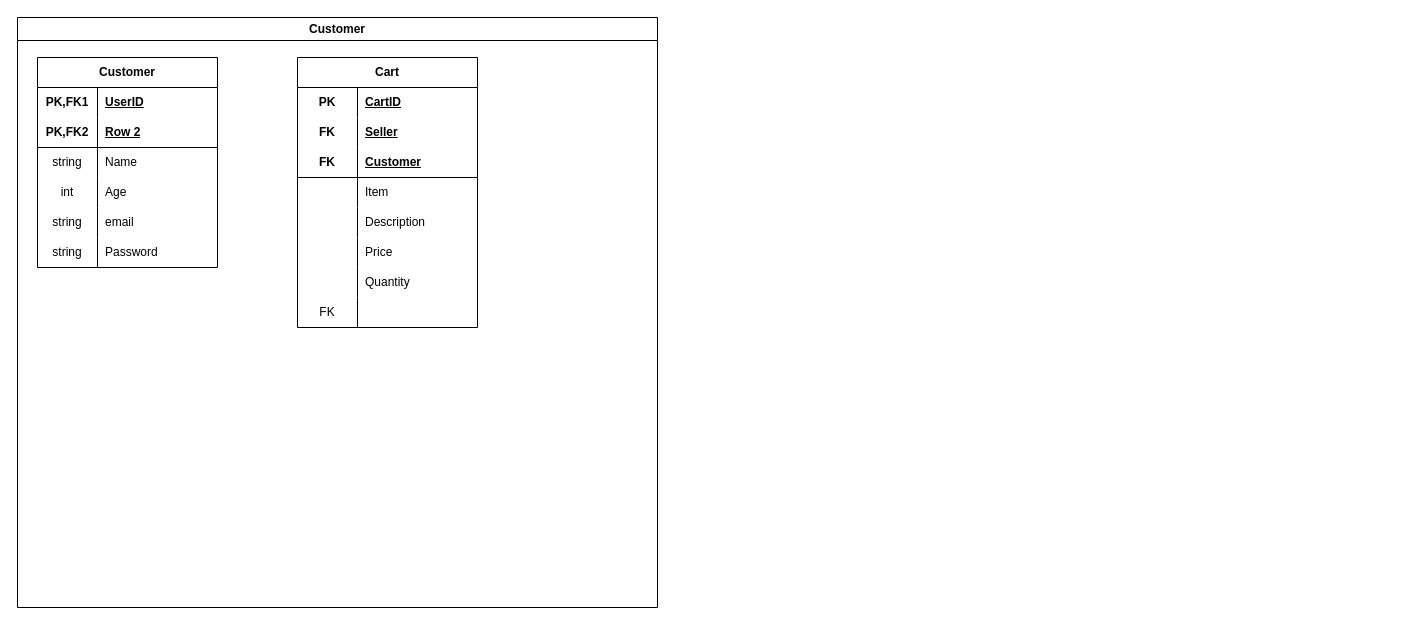
The draw.io diagram Untitled Diagram.drawio in clydeaaron/ERD, before the edit. Source tidied: cells renumbered, new cells numbered last; positions are measured from the earlier drawing's top-left corner, leaving out a move shared by most shapes. Both pictures are drawn from the tidied source at 100%, with x=0, y=0 at pixel (17, 17).
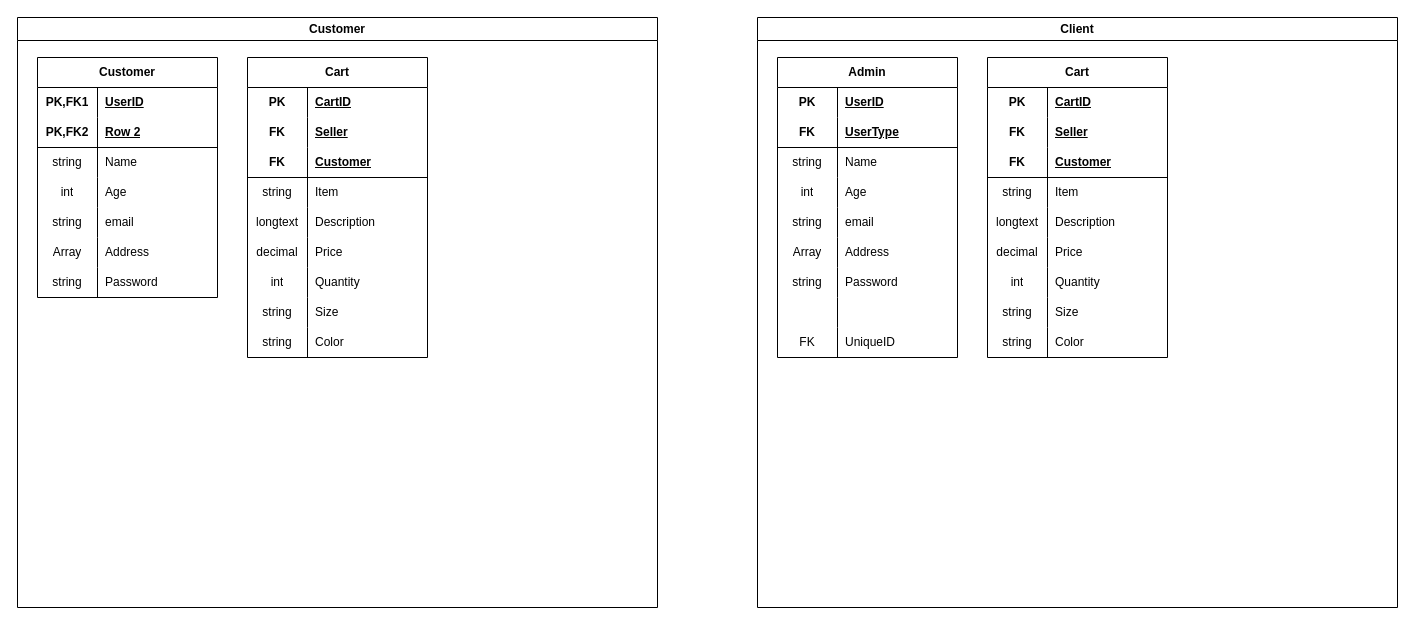
Above is the later version.

Commit message:
Client Diagram

Unchanged cells that the change refers to:
```xml
<mxCell id="2" value="Customer" style="swimlane;whiteSpace=wrap;html=1;fillColor=#FFFFFF;" parent="1" vertex="1">
  <mxGeometry width="640" height="590" as="geometry" />
</mxCell>
<mxCell id="32" style="shape=tableRow;horizontal=0;startSize=0;swimlaneHead=0;swimlaneBody=0;fillColor=none;top=0;left=0;right=0;bottom=0;html=1;" parent="22" vertex="1">
  <mxGeometry y="120" width="180" height="30" as="geometry" />
</mxCell>
<mxCell id="35" style="shape=tableRow;horizontal=0;startSize=0;swimlaneHead=0;swimlaneBody=0;fillColor=none;top=0;left=0;right=0;bottom=0;html=1;" parent="22" vertex="1">
  <mxGeometry y="150" width="180" height="30" as="geometry" />
</mxCell>
<mxCell id="38" style="shape=tableRow;horizontal=0;startSize=0;swimlaneHead=0;swimlaneBody=0;fillColor=none;top=0;left=0;right=0;bottom=0;" parent="22" vertex="1">
  <mxGeometry y="180" width="180" height="30" as="geometry" />
</mxCell>
<mxCell id="41" style="shape=tableRow;horizontal=0;startSize=0;swimlaneHead=0;swimlaneBody=0;fillColor=none;top=0;left=0;right=0;bottom=0;" parent="22" vertex="1">
  <mxGeometry y="210" width="180" height="30" as="geometry" />
</mxCell>
<mxCell id="44" style="shape=tableRow;horizontal=0;startSize=0;swimlaneHead=0;swimlaneBody=0;fillColor=none;top=0;left=0;right=0;bottom=0;" parent="22" vertex="1">
  <mxGeometry y="240" width="180" height="30" as="geometry" />
</mxCell>
```

Diff of the diagram source:
```diff
@@
     <mxCell id="3" value="Customer" style="shape=table;startSize=30;childLayout=tableLayout;rowLines=0;fontStyle=1;align=center;html=1;whiteSpace=wrap;" parent="2" vertex="1">
-      <mxGeometry x="20" y="40" width="180" height="210" as="geometry" />
+      <mxGeometry x="20" y="40" width="180" height="240" as="geometry" />
     </mxCell>
@@
+    <mxCell id="47" style="shape=tableRow;horizontal=0;startSize=0;swimlaneHead=0;swimlaneBody=0;fillColor=none;top=0;left=0;right=0;bottom=0;" parent="3" vertex="1">
+      <mxGeometry y="180" width="180" height="30" as="geometry" />
+    </mxCell>
+    <mxCell id="48" value="Array" style="shape=partialRectangle;fillColor=none;top=0;left=0;bottom=0;right=0;fontStyle=0;overflow=hidden;whiteSpace=wrap;html=1;" parent="47" vertex="1">
+      <mxGeometry width="60" height="30" as="geometry" />
+    </mxCell>
+    <mxCell id="49" value="Address" style="shape=partialRectangle;fillColor=none;top=0;left=0;bottom=0;right=0;align=left;spacingLeft=6;fontStyle=0;overflow=hidden;whiteSpace=wrap;html=1;" parent="47" vertex="1">
+      <mxGeometry x="60" width="120" height="30" as="geometry" />
+    </mxCell>
     <mxCell id="19" style="shape=tableRow;horizontal=0;startSize=0;swimlaneHead=0;swimlaneBody=0;fillColor=none;top=0;left=0;right=0;bottom=0;" parent="3" vertex="1">
-      <mxGeometry y="180" width="180" height="30" as="geometry" />
+      <mxGeometry y="210" width="180" height="30" as="geometry" />
     </mxCell>
@@
     <mxCell id="22" value="Cart" style="shape=table;startSize=30;childLayout=tableLayout;rowLines=0;fontStyle=1;align=center;html=1;whiteSpace=wrap;" parent="2" vertex="1">
-      <mxGeometry x="280" y="40" width="180" height="270" as="geometry" />
+      <mxGeometry x="230" y="40" width="180" height="300" as="geometry" />
     </mxCell>
@@
-    <mxCell id="33" style="shape=partialRectangle;fillColor=none;top=0;left=0;bottom=0;right=0;overflow=hidden;html=1;whiteSpace=wrap;" parent="32" vertex="1">
+    <mxCell id="33" value="string" style="shape=partialRectangle;fillColor=none;top=0;left=0;bottom=0;right=0;overflow=hidden;html=1;whiteSpace=wrap;" parent="32" vertex="1">
       <mxGeometry width="60" height="30" as="geometry" />
     </mxCell>
@@
-    <mxCell id="36" style="shape=partialRectangle;fillColor=none;top=0;left=0;bottom=0;right=0;overflow=hidden;html=1;whiteSpace=wrap;" parent="35" vertex="1">
+    <mxCell id="36" value="longtext" style="shape=partialRectangle;fillColor=none;top=0;left=0;bottom=0;right=0;overflow=hidden;html=1;whiteSpace=wrap;" parent="35" vertex="1">
       <mxGeometry width="60" height="30" as="geometry" />
     </mxCell>
@@
-    <mxCell id="39" style="shape=partialRectangle;fillColor=none;top=0;left=0;bottom=0;right=0;fontStyle=0;overflow=hidden;whiteSpace=wrap;html=1;" parent="38" vertex="1">
+    <mxCell id="39" value="decimal" style="shape=partialRectangle;fillColor=none;top=0;left=0;bottom=0;right=0;fontStyle=0;overflow=hidden;whiteSpace=wrap;html=1;" parent="38" vertex="1">
       <mxGeometry width="60" height="30" as="geometry" />
     </mxCell>
@@
-    <mxCell id="42" style="shape=partialRectangle;fillColor=none;top=0;left=0;bottom=0;right=0;fontStyle=0;overflow=hidden;whiteSpace=wrap;html=1;" parent="41" vertex="1">
+    <mxCell id="42" value="int" style="shape=partialRectangle;fillColor=none;top=0;left=0;bottom=0;right=0;fontStyle=0;overflow=hidden;whiteSpace=wrap;html=1;" parent="41" vertex="1">
       <mxGeometry width="60" height="30" as="geometry" />
     </mxCell>
@@
-    <mxCell id="45" value="FK" style="shape=partialRectangle;fillColor=none;top=0;left=0;bottom=0;right=0;fontStyle=0;overflow=hidden;whiteSpace=wrap;html=1;" parent="44" vertex="1">
+    <mxCell id="45" value="string" style="shape=partialRectangle;fillColor=none;top=0;left=0;bottom=0;right=0;fontStyle=0;overflow=hidden;whiteSpace=wrap;html=1;" parent="44" vertex="1">
       <mxGeometry width="60" height="30" as="geometry" />
     </mxCell>
-    <mxCell id="46" style="shape=partialRectangle;fillColor=none;top=0;left=0;bottom=0;right=0;align=left;spacingLeft=6;fontStyle=0;overflow=hidden;whiteSpace=wrap;html=1;" parent="44" vertex="1">
+    <mxCell id="46" value="Size" style="shape=partialRectangle;fillColor=none;top=0;left=0;bottom=0;right=0;align=left;spacingLeft=6;fontStyle=0;overflow=hidden;whiteSpace=wrap;html=1;" parent="44" vertex="1">
       <mxGeometry x="60" width="120" height="30" as="geometry" />
     </mxCell>
+    <mxCell id="50" style="shape=tableRow;horizontal=0;startSize=0;swimlaneHead=0;swimlaneBody=0;fillColor=none;top=0;left=0;right=0;bottom=0;" parent="22" vertex="1">
+      <mxGeometry y="270" width="180" height="30" as="geometry" />
+    </mxCell>
+    <mxCell id="51" value="string" style="shape=partialRectangle;fillColor=none;top=0;left=0;bottom=0;right=0;fontStyle=0;overflow=hidden;whiteSpace=wrap;html=1;" parent="50" vertex="1">
+      <mxGeometry width="60" height="30" as="geometry" />
+    </mxCell>
+    <mxCell id="52" value="Color" style="shape=partialRectangle;fillColor=none;top=0;left=0;bottom=0;right=0;align=left;spacingLeft=6;fontStyle=0;overflow=hidden;whiteSpace=wrap;html=1;" parent="50" vertex="1">
+      <mxGeometry x="60" width="120" height="30" as="geometry" />
+    </mxCell>
+    <mxCell id="53" value="Client" style="swimlane;whiteSpace=wrap;html=1;fillColor=#FFFFFF;" parent="1" vertex="1">
+      <mxGeometry x="740" width="640" height="590" as="geometry" />
+    </mxCell>
+    <mxCell id="54" value="Admin" style="shape=table;startSize=30;childLayout=tableLayout;rowLines=0;fontStyle=1;align=center;html=1;whiteSpace=wrap;" parent="53" vertex="1">
+      <mxGeometry x="20" y="40" width="180" height="300" as="geometry" />
+    </mxCell>
+    <mxCell id="55" style="shape=tableRow;horizontal=0;startSize=0;swimlaneHead=0;swimlaneBody=0;fillColor=none;top=0;left=0;right=0;bottom=0;html=1;" parent="54" vertex="1">
+      <mxGeometry y="30" width="180" height="30" as="geometry" />
+    </mxCell>
+    <mxCell id="56" value="PK" style="shape=partialRectangle;fillColor=none;top=0;left=0;bottom=0;right=0;fontStyle=1;overflow=hidden;html=1;whiteSpace=wrap;" parent="55" vertex="1">
+      <mxGeometry width="60" height="30" as="geometry" />
+    </mxCell>
+    <mxCell id="57" value="UserID" style="shape=partialRectangle;fillColor=none;top=0;left=0;bottom=0;right=0;align=left;spacingLeft=6;fontStyle=5;overflow=hidden;html=1;whiteSpace=wrap;" parent="55" vertex="1">
+      <mxGeometry x="60" width="120" height="30" as="geometry" />
+    </mxCell>
+    <mxCell id="58" style="shape=tableRow;horizontal=0;startSize=0;swimlaneHead=0;swimlaneBody=0;fillColor=none;top=0;left=0;right=0;bottom=1;html=1;" parent="54" vertex="1">
+      <mxGeometry y="60" width="180" height="30" as="geometry" />
+    </mxCell>
+    <mxCell id="59" value="FK" style="shape=partialRectangle;fillColor=none;top=0;left=0;bottom=0;right=0;fontStyle=1;overflow=hidden;html=1;whiteSpace=wrap;" parent="58" vertex="1">
+      <mxGeometry width="60" height="30" as="geometry" />
+    </mxCell>
+    <mxCell id="60" value="UserType" style="shape=partialRectangle;fillColor=none;top=0;left=0;bottom=0;right=0;align=left;spacingLeft=6;fontStyle=5;overflow=hidden;html=1;whiteSpace=wrap;" parent="58" vertex="1">
+      <mxGeometry x="60" width="120" height="30" as="geometry" />
+    </mxCell>
+    <mxCell id="61" style="shape=tableRow;horizontal=0;startSize=0;swimlaneHead=0;swimlaneBody=0;fillColor=none;top=0;left=0;right=0;bottom=0;html=1;" parent="54" vertex="1">
+      <mxGeometry y="90" width="180" height="30" as="geometry" />
+    </mxCell>
+    <mxCell id="62" value="string" style="shape=partialRectangle;fillColor=none;top=0;left=0;bottom=0;right=0;overflow=hidden;html=1;whiteSpace=wrap;" parent="61" vertex="1">
+      <mxGeometry width="60" height="30" as="geometry" />
+    </mxCell>
+    <mxCell id="63" value="Name" style="shape=partialRectangle;fillColor=none;top=0;left=0;bottom=0;right=0;align=left;spacingLeft=6;overflow=hidden;html=1;whiteSpace=wrap;" parent="61" vertex="1">
+      <mxGeometry x="60" width="120" height="30" as="geometry" />
+    </mxCell>
+    <mxCell id="64" style="shape=tableRow;horizontal=0;startSize=0;swimlaneHead=0;swimlaneBody=0;fillColor=none;top=0;left=0;right=0;bottom=0;html=1;" parent="54" vertex="1">
+      <mxGeometry y="120" width="180" height="30" as="geometry" />
+    </mxCell>
+    <mxCell id="65" value="int" style="shape=partialRectangle;fillColor=none;top=0;left=0;bottom=0;right=0;overflow=hidden;html=1;whiteSpace=wrap;" parent="64" vertex="1">
+      <mxGeometry width="60" height="30" as="geometry" />
+    </mxCell>
+    <mxCell id="66" value="Age" style="shape=partialRectangle;fillColor=none;top=0;left=0;bottom=0;right=0;align=left;spacingLeft=6;overflow=hidden;html=1;whiteSpace=wrap;" parent="64" vertex="1">
+      <mxGeometry x="60" width="120" height="30" as="geometry" />
+    </mxCell>
+    <mxCell id="67" style="shape=tableRow;horizontal=0;startSize=0;swimlaneHead=0;swimlaneBody=0;fillColor=none;top=0;left=0;right=0;bottom=0;" parent="54" vertex="1">
+      <mxGeometry y="150" width="180" height="30" as="geometry" />
+    </mxCell>
+    <mxCell id="68" value="string" style="shape=partialRectangle;fillColor=none;top=0;left=0;bottom=0;right=0;fontStyle=0;overflow=hidden;whiteSpace=wrap;html=1;" parent="67" vertex="1">
+      <mxGeometry width="60" height="30" as="geometry" />
+    </mxCell>
+    <mxCell id="69" value="email" style="shape=partialRectangle;fillColor=none;top=0;left=0;bottom=0;right=0;align=left;spacingLeft=6;fontStyle=0;overflow=hidden;whiteSpace=wrap;html=1;" parent="67" vertex="1">
+      <mxGeometry x="60" width="120" height="30" as="geometry" />
+    </mxCell>
+    <mxCell id="70" style="shape=tableRow;horizontal=0;startSize=0;swimlaneHead=0;swimlaneBody=0;fillColor=none;top=0;left=0;right=0;bottom=0;" parent="54" vertex="1">
+      <mxGeometry y="180" width="180" height="30" as="geometry" />
+    </mxCell>
+    <mxCell id="71" value="Array" style="shape=partialRectangle;fillColor=none;top=0;left=0;bottom=0;right=0;fontStyle=0;overflow=hidden;whiteSpace=wrap;html=1;" parent="70" vertex="1">
+      <mxGeometry width="60" height="30" as="geometry" />
+    </mxCell>
+    <mxCell id="72" value="Address" style="shape=partialRectangle;fillColor=none;top=0;left=0;bottom=0;right=0;align=left;spacingLeft=6;fontStyle=0;overflow=hidden;whiteSpace=wrap;html=1;" parent="70" vertex="1">
+      <mxGeometry x="60" width="120" height="30" as="geometry" />
+    </mxCell>
+    <mxCell id="73" style="shape=tableRow;horizontal=0;startSize=0;swimlaneHead=0;swimlaneBody=0;fillColor=none;top=0;left=0;right=0;bottom=0;" parent="54" vertex="1">
+      <mxGeometry y="210" width="180" height="30" as="geometry" />
+    </mxCell>
+    <mxCell id="74" value="string" style="shape=partialRectangle;fillColor=none;top=0;left=0;bottom=0;right=0;fontStyle=0;overflow=hidden;whiteSpace=wrap;html=1;" parent="73" vertex="1">
+      <mxGeometry width="60" height="30" as="geometry" />
+    </mxCell>
+    <mxCell id="75" value="Password" style="shape=partialRectangle;fillColor=none;top=0;left=0;bottom=0;right=0;align=left;spacingLeft=6;fontStyle=0;overflow=hidden;whiteSpace=wrap;html=1;" parent="73" vertex="1">
+      <mxGeometry x="60" width="120" height="30" as="geometry" />
+    </mxCell>
+    <mxCell id="76" style="shape=tableRow;horizontal=0;startSize=0;swimlaneHead=0;swimlaneBody=0;fillColor=none;top=0;left=0;right=0;bottom=0;" parent="54" vertex="1">
+      <mxGeometry y="240" width="180" height="30" as="geometry" />
+    </mxCell>
+    <mxCell id="77" style="shape=partialRectangle;fillColor=none;top=0;left=0;bottom=0;right=0;fontStyle=0;overflow=hidden;whiteSpace=wrap;html=1;" parent="76" vertex="1">
+      <mxGeometry width="60" height="30" as="geometry" />
+    </mxCell>
+    <mxCell id="78" style="shape=partialRectangle;fillColor=none;top=0;left=0;bottom=0;right=0;align=left;spacingLeft=6;fontStyle=0;overflow=hidden;whiteSpace=wrap;html=1;" parent="76" vertex="1">
+      <mxGeometry x="60" width="120" height="30" as="geometry" />
+    </mxCell>
+    <mxCell id="79" style="shape=tableRow;horizontal=0;startSize=0;swimlaneHead=0;swimlaneBody=0;fillColor=none;top=0;left=0;right=0;bottom=0;" parent="54" vertex="1">
+      <mxGeometry y="270" width="180" height="30" as="geometry" />
+    </mxCell>
+    <mxCell id="80" value="FK" style="shape=partialRectangle;fillColor=none;top=0;left=0;bottom=0;right=0;fontStyle=0;overflow=hidden;whiteSpace=wrap;html=1;" parent="79" vertex="1">
+      <mxGeometry width="60" height="30" as="geometry" />
+    </mxCell>
+    <mxCell id="81" value="UniqueID" style="shape=partialRectangle;fillColor=none;top=0;left=0;bottom=0;right=0;align=left;spacingLeft=6;fontStyle=0;overflow=hidden;whiteSpace=wrap;html=1;" parent="79" vertex="1">
+      <mxGeometry x="60" width="120" height="30" as="geometry" />
+    </mxCell>
+    <mxCell id="82" value="Cart" style="shape=table;startSize=30;childLayout=tableLayout;rowLines=0;fontStyle=1;align=center;html=1;whiteSpace=wrap;" parent="53" vertex="1">
+      <mxGeometry x="230" y="40" width="180" height="300" as="geometry" />
+    </mxCell>
+    <mxCell id="83" style="shape=tableRow;horizontal=0;startSize=0;swimlaneHead=0;swimlaneBody=0;fillColor=none;top=0;left=0;right=0;bottom=0;html=1;" parent="82" vertex="1">
+      <mxGeometry y="30" width="180" height="30" as="geometry" />
+    </mxCell>
+    <mxCell id="84" value="PK" style="shape=partialRectangle;fillColor=none;top=0;left=0;bottom=0;right=0;fontStyle=1;overflow=hidden;html=1;whiteSpace=wrap;" parent="83" vertex="1">
+      <mxGeometry width="60" height="30" as="geometry" />
+    </mxCell>
+    <mxCell id="85" value="CartID" style="shape=partialRectangle;fillColor=none;top=0;left=0;bottom=0;right=0;align=left;spacingLeft=6;fontStyle=5;overflow=hidden;html=1;whiteSpace=wrap;" parent="83" vertex="1">
+      <mxGeometry x="60" width="120" height="30" as="geometry" />
+    </mxCell>
+    <mxCell id="86" style="shape=tableRow;horizontal=0;startSize=0;swimlaneHead=0;swimlaneBody=0;fillColor=none;top=0;left=0;right=0;bottom=0;" parent="82" vertex="1">
+      <mxGeometry y="60" width="180" height="30" as="geometry" />
+    </mxCell>
+    <mxCell id="87" value="&lt;b style=&quot;&quot;&gt;FK&lt;/b&gt;" style="shape=partialRectangle;fillColor=none;top=0;left=0;bottom=0;right=0;fontStyle=0;overflow=hidden;whiteSpace=wrap;html=1;" parent="86" vertex="1">
+      <mxGeometry width="60" height="30" as="geometry" />
+    </mxCell>
+    <mxCell id="88" value="&lt;b&gt;&lt;u&gt;Seller&lt;/u&gt;&lt;/b&gt;" style="shape=partialRectangle;fillColor=none;top=0;left=0;bottom=0;right=0;align=left;spacingLeft=6;fontStyle=0;overflow=hidden;whiteSpace=wrap;html=1;" parent="86" vertex="1">
+      <mxGeometry x="60" width="120" height="30" as="geometry" />
+    </mxCell>
+    <mxCell id="89" style="shape=tableRow;horizontal=0;startSize=0;swimlaneHead=0;swimlaneBody=0;fillColor=none;top=0;left=0;right=0;bottom=1;html=1;" parent="82" vertex="1">
+      <mxGeometry y="90" width="180" height="30" as="geometry" />
+    </mxCell>
+    <mxCell id="90" value="FK" style="shape=partialRectangle;fillColor=none;top=0;left=0;bottom=0;right=0;fontStyle=1;overflow=hidden;html=1;whiteSpace=wrap;" parent="89" vertex="1">
+      <mxGeometry width="60" height="30" as="geometry" />
+    </mxCell>
+    <mxCell id="91" value="Customer" style="shape=partialRectangle;fillColor=none;top=0;left=0;bottom=0;right=0;align=left;spacingLeft=6;fontStyle=5;overflow=hidden;html=1;whiteSpace=wrap;" parent="89" vertex="1">
+      <mxGeometry x="60" width="120" height="30" as="geometry" />
+    </mxCell>
+    <mxCell id="92" style="shape=tableRow;horizontal=0;startSize=0;swimlaneHead=0;swimlaneBody=0;fillColor=none;top=0;left=0;right=0;bottom=0;html=1;" parent="82" vertex="1">
+      <mxGeometry y="120" width="180" height="30" as="geometry" />
+    </mxCell>
+    <mxCell id="93" value="string" style="shape=partialRectangle;fillColor=none;top=0;left=0;bottom=0;right=0;overflow=hidden;html=1;whiteSpace=wrap;" parent="92" vertex="1">
+      <mxGeometry width="60" height="30" as="geometry" />
+    </mxCell>
+    <mxCell id="94" value="Item" style="shape=partialRectangle;fillColor=none;top=0;left=0;bottom=0;right=0;align=left;spacingLeft=6;overflow=hidden;html=1;whiteSpace=wrap;" parent="92" vertex="1">
+      <mxGeometry x="60" width="120" height="30" as="geometry" />
+    </mxCell>
+    <mxCell id="95" style="shape=tableRow;horizontal=0;startSize=0;swimlaneHead=0;swimlaneBody=0;fillColor=none;top=0;left=0;right=0;bottom=0;html=1;" parent="82" vertex="1">
+      <mxGeometry y="150" width="180" height="30" as="geometry" />
+    </mxCell>
+    <mxCell id="96" value="longtext" style="shape=partialRectangle;fillColor=none;top=0;left=0;bottom=0;right=0;overflow=hidden;html=1;whiteSpace=wrap;" parent="95" vertex="1">
+      <mxGeometry width="60" height="30" as="geometry" />
+    </mxCell>
+    <mxCell id="97" value="Description" style="shape=partialRectangle;fillColor=none;top=0;left=0;bottom=0;right=0;align=left;spacingLeft=6;overflow=hidden;html=1;whiteSpace=wrap;" parent="95" vertex="1">
+      <mxGeometry x="60" width="120" height="30" as="geometry" />
+    </mxCell>
+    <mxCell id="98" style="shape=tableRow;horizontal=0;startSize=0;swimlaneHead=0;swimlaneBody=0;fillColor=none;top=0;left=0;right=0;bottom=0;" parent="82" vertex="1">
+      <mxGeometry y="180" width="180" height="30" as="geometry" />
+    </mxCell>
+    <mxCell id="99" value="decimal" style="shape=partialRectangle;fillColor=none;top=0;left=0;bottom=0;right=0;fontStyle=0;overflow=hidden;whiteSpace=wrap;html=1;" parent="98" vertex="1">
+      <mxGeometry width="60" height="30" as="geometry" />
+    </mxCell>
+    <mxCell id="100" value="Price" style="shape=partialRectangle;fillColor=none;top=0;left=0;bottom=0;right=0;align=left;spacingLeft=6;fontStyle=0;overflow=hidden;whiteSpace=wrap;html=1;" parent="98" vertex="1">
+      <mxGeometry x="60" width="120" height="30" as="geometry" />
+    </mxCell>
+    <mxCell id="101" style="shape=tableRow;horizontal=0;startSize=0;swimlaneHead=0;swimlaneBody=0;fillColor=none;top=0;left=0;right=0;bottom=0;" parent="82" vertex="1">
+      <mxGeometry y="210" width="180" height="30" as="geometry" />
+    </mxCell>
+    <mxCell id="102" value="int" style="shape=partialRectangle;fillColor=none;top=0;left=0;bottom=0;right=0;fontStyle=0;overflow=hidden;whiteSpace=wrap;html=1;" parent="101" vertex="1">
+      <mxGeometry width="60" height="30" as="geometry" />
+    </mxCell>
+    <mxCell id="103" value="Quantity" style="shape=partialRectangle;fillColor=none;top=0;left=0;bottom=0;right=0;align=left;spacingLeft=6;fontStyle=0;overflow=hidden;whiteSpace=wrap;html=1;" parent="101" vertex="1">
+      <mxGeometry x="60" width="120" height="30" as="geometry" />
+    </mxCell>
+    <mxCell id="104" style="shape=tableRow;horizontal=0;startSize=0;swimlaneHead=0;swimlaneBody=0;fillColor=none;top=0;left=0;right=0;bottom=0;" parent="82" vertex="1">
+      <mxGeometry y="240" width="180" height="30" as="geometry" />
+    </mxCell>
+    <mxCell id="105" value="string" style="shape=partialRectangle;fillColor=none;top=0;left=0;bottom=0;right=0;fontStyle=0;overflow=hidden;whiteSpace=wrap;html=1;" parent="104" vertex="1">
+      <mxGeometry width="60" height="30" as="geometry" />
+    </mxCell>
+    <mxCell id="106" value="Size" style="shape=partialRectangle;fillColor=none;top=0;left=0;bottom=0;right=0;align=left;spacingLeft=6;fontStyle=0;overflow=hidden;whiteSpace=wrap;html=1;" parent="104" vertex="1">
+      <mxGeometry x="60" width="120" height="30" as="geometry" />
+    </mxCell>
+    <mxCell id="107" style="shape=tableRow;horizontal=0;startSize=0;swimlaneHead=0;swimlaneBody=0;fillColor=none;top=0;left=0;right=0;bottom=0;" parent="82" vertex="1">
+      <mxGeometry y="270" width="180" height="30" as="geometry" />
+    </mxCell>
+    <mxCell id="108" value="string" style="shape=partialRectangle;fillColor=none;top=0;left=0;bottom=0;right=0;fontStyle=0;overflow=hidden;whiteSpace=wrap;html=1;" parent="107" vertex="1">
+      <mxGeometry width="60" height="30" as="geometry" />
+    </mxCell>
+    <mxCell id="109" value="Color" style="shape=partialRectangle;fillColor=none;top=0;left=0;bottom=0;right=0;align=left;spacingLeft=6;fontStyle=0;overflow=hidden;whiteSpace=wrap;html=1;" parent="107" vertex="1">
+      <mxGeometry x="60" width="120" height="30" as="geometry" />
+    </mxCell>
```
